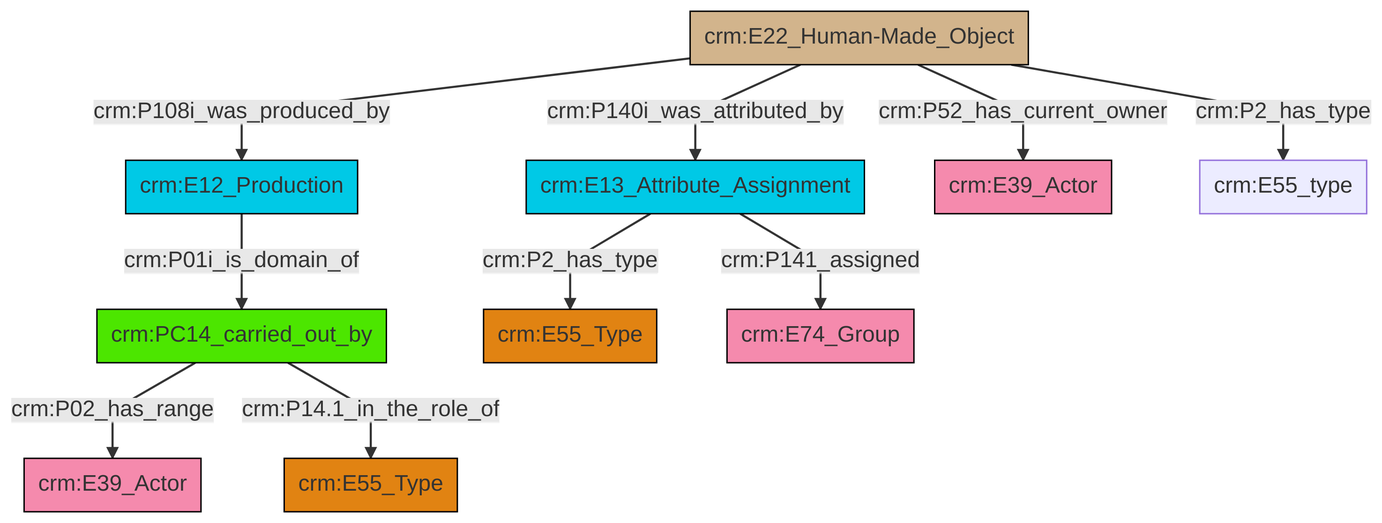
Earlier version of the Mermaid export et/builtWorkCSV/ttl/mmd/png/Built_Work_actor_relations.png (swiss-art-research-net/docs.swissartresearch). Its source is kept beside it as et/builtWorkCSV/ttl/mmd/Built_Work_actor_relations.ttl.mmd.
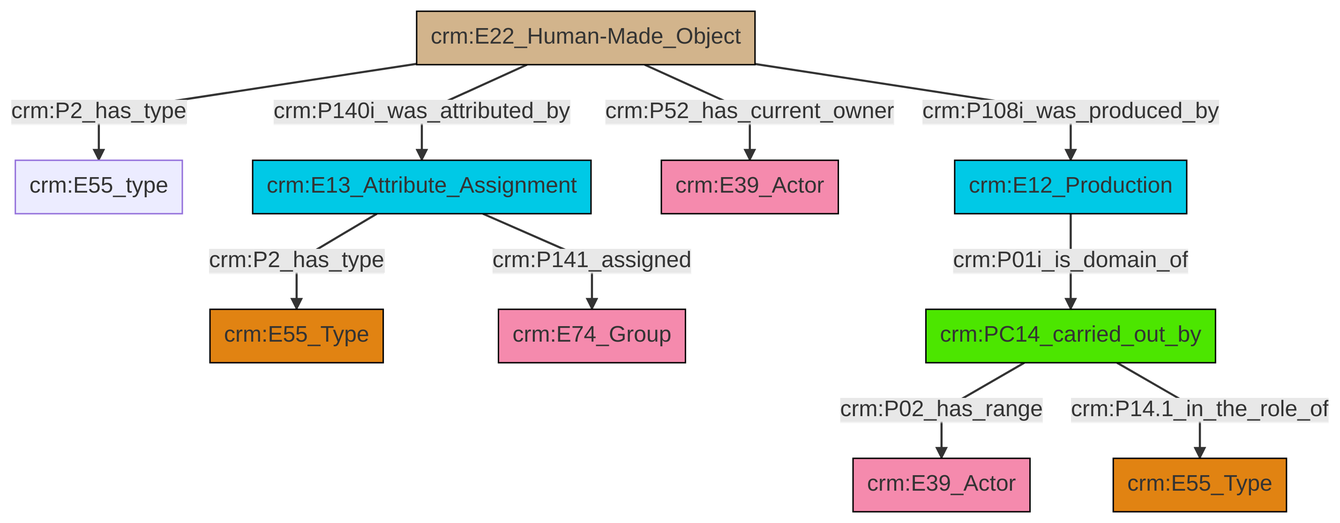
After the commit.

What changed in the source:
```diff
@@ -13,12 +13,12 @@
 classDef PC_Classes fill:#4ce600, stroke:#000000;
 classDef Multi fill:#cccccc,stroke:#000000;
 
-2["crm:E12_Production"]:::Temporal_Entity -->|crm:P01i_is_domain_of| 3["crm:PC14_carried_out_by"]:::PC_Classes
-3["crm:PC14_carried_out_by"]:::PC_Classes -->|crm:P02_has_range| 7["crm:E39_Actor"]:::Actor
-8["crm:E22_Human-Made_Object"]:::Physical_Thing -->|crm:P108i_was_produced_by| 2["crm:E12_Production"]:::Temporal_Entity
-8["crm:E22_Human-Made_Object"]:::Physical_Thing -->|crm:P140i_was_attributed_by| 0["crm:E13_Attribute_Assignment"]:::Temporal_Entity
-3["crm:PC14_carried_out_by"]:::PC_Classes -->|crm:P14.1_in_the_role_of| 13["crm:E55_Type"]:::Type
-8["crm:E22_Human-Made_Object"]:::Physical_Thing -->|crm:P52_has_current_owner| 4["crm:E39_Actor"]:::Actor
-0["crm:E13_Attribute_Assignment"]:::Temporal_Entity -->|crm:P141_assigned| 17["crm:E74_Group"]:::Actor
-8["crm:E22_Human-Made_Object"]:::Physical_Thing -->|crm:P2_has_type| 10["crm:E55_type"]:::Default
-0["crm:E13_Attribute_Assignment"]:::Temporal_Entity -->|crm:P2_has_type| 14["crm:E55_Type"]:::Type
+0["crm:E22_Human-Made_Object"]:::Physical_Thing -->|crm:P2_has_type| 1["crm:E55_type"]:::Default
+0["crm:E22_Human-Made_Object"]:::Physical_Thing -->|crm:P140i_was_attributed_by| 9["crm:E13_Attribute_Assignment"]:::Temporal_Entity
+0["crm:E22_Human-Made_Object"]:::Physical_Thing -->|crm:P52_has_current_owner| 2["crm:E39_Actor"]:::Actor
+7["crm:E12_Production"]:::Temporal_Entity -->|crm:P01i_is_domain_of| 15["crm:PC14_carried_out_by"]:::PC_Classes
+9["crm:E13_Attribute_Assignment"]:::Temporal_Entity -->|crm:P2_has_type| 5["crm:E55_Type"]:::Type
+15["crm:PC14_carried_out_by"]:::PC_Classes -->|crm:P02_has_range| 13["crm:E39_Actor"]:::Actor
+15["crm:PC14_carried_out_by"]:::PC_Classes -->|crm:P14.1_in_the_role_of| 11["crm:E55_Type"]:::Type
+0["crm:E22_Human-Made_Object"]:::Physical_Thing -->|crm:P108i_was_produced_by| 7["crm:E12_Production"]:::Temporal_Entity
+9["crm:E13_Attribute_Assignment"]:::Temporal_Entity -->|crm:P141_assigned| 16["crm:E74_Group"]:::Actor
```
